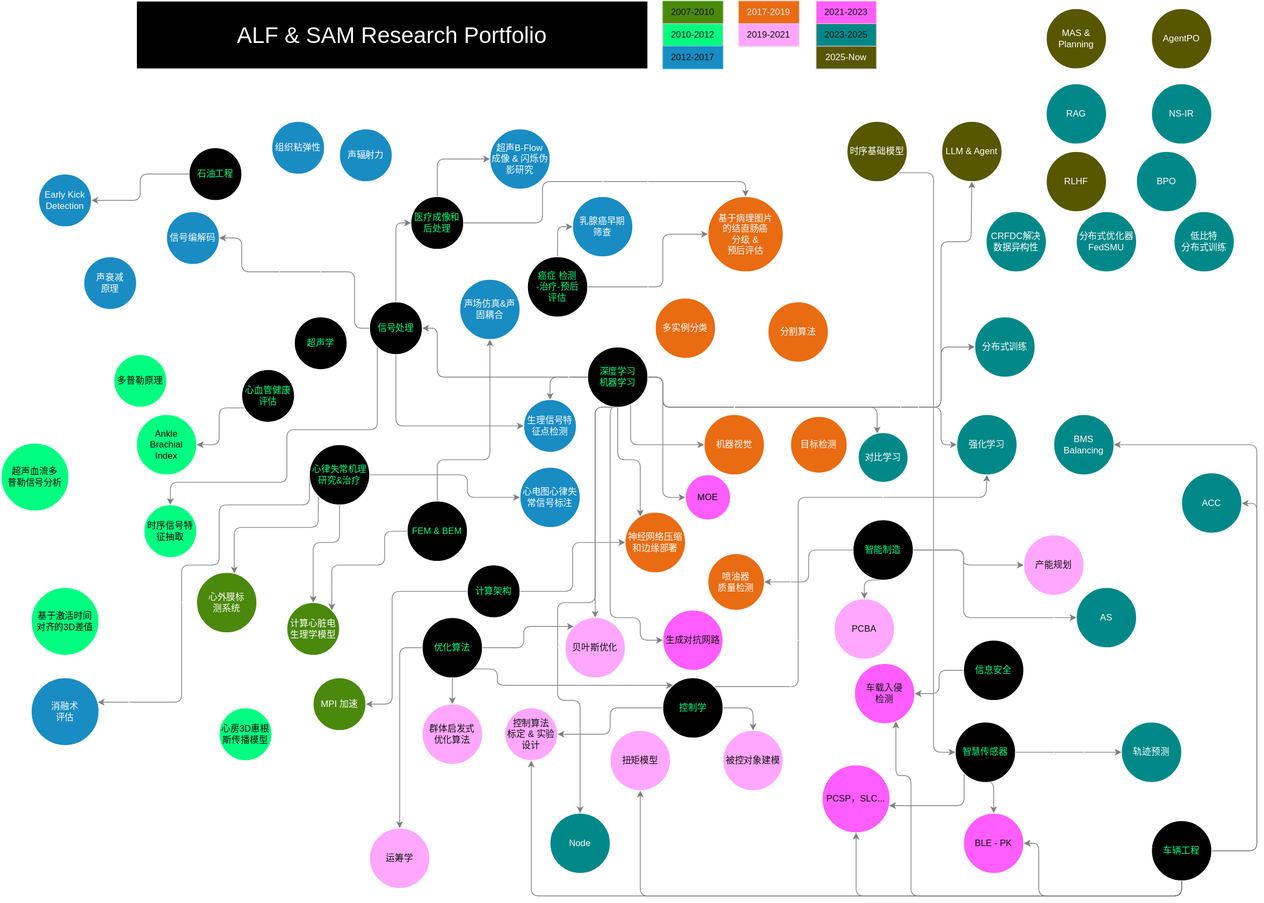
alfredlu/alfredlu.github.io keeps this draw.io diagram as doc/study.drawio.svg. Above is the earlier version. Source tidied: cells renumbered, new cells last; positions are measured from the earlier drawing's top-left corner, leaving out a move shared by most shapes.
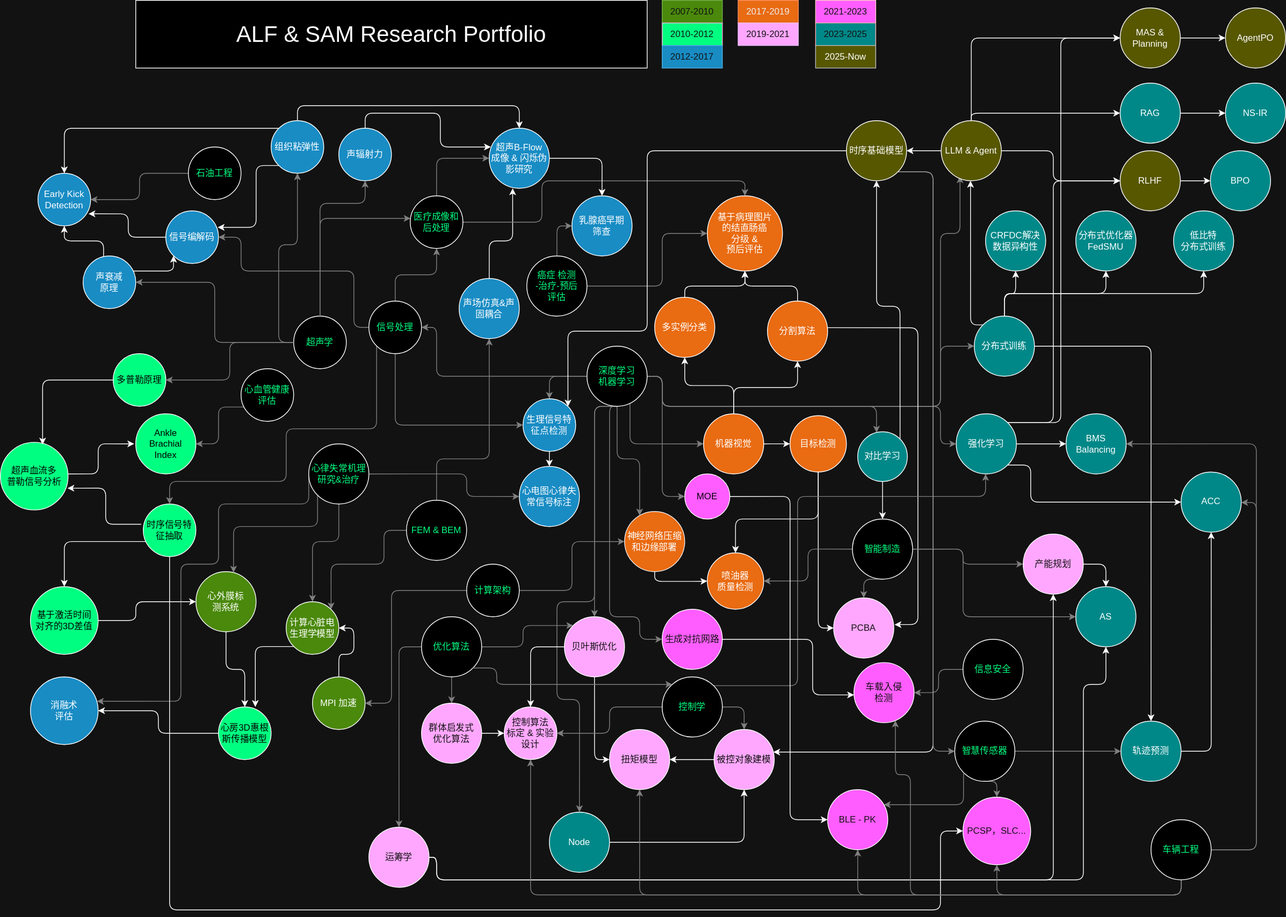
The same diagram one commit later.

The edit, as a diff of the source:
```diff
@@ -95,7 +95,7 @@
         </Array>
       </mxGeometry>
     </mxCell>
-    <mxCell id="18" style="jettySize=auto;html=1;exitX=0.5;exitY=0;exitDx=0;exitDy=0;entryX=0;entryY=0.5;entryDx=0;entryDy=0;edgeStyle=orthogonalEdgeStyle;strokeColor=light-dark(#000000,#808080);" parent="1" edge="1" source="21" target="63">
+    <mxCell id="18" style="jettySize=auto;html=1;exitX=0.5;exitY=0;exitDx=0;exitDy=0;edgeStyle=orthogonalEdgeStyle;strokeColor=light-dark(#000000,#808080);" parent="1" edge="1" source="21" target="63">
       <mxGeometry relative="1" as="geometry" />
     </mxCell>
     <mxCell id="19" style="edgeStyle=orthogonalEdgeStyle;jettySize=auto;html=1;exitX=1;exitY=0.5;exitDx=0;exitDy=0;entryX=0;entryY=0.5;entryDx=0;entryDy=0;startArrow=classic;startFill=1;endArrow=none;endFill=0;strokeColor=light-dark(#000000,#808080);" parent="1" edge="1" source="21" target="84">
@@ -115,8 +115,9 @@
     <mxCell id="22" style="edgeStyle=orthogonalEdgeStyle;jettySize=auto;html=1;exitX=0.5;exitY=1;exitDx=0;exitDy=0;entryX=0;entryY=0.5;entryDx=0;entryDy=0;" parent="1" edge="1" source="23" target="135">
       <mxGeometry relative="1" as="geometry">
         <Array as="points">
-          <mxPoint x="170" y="740" />
-          <mxPoint x="170" y="1060" />
+          <mxPoint x="225" y="1210" />
+          <mxPoint x="1250" y="1210" />
+          <mxPoint x="1250" y="1105" />
         </Array>
       </mxGeometry>
     </mxCell>
@@ -188,12 +189,19 @@
     <mxCell id="38" value="&lt;div&gt;消融术&lt;div&gt;评估&lt;/div&gt;&lt;/div&gt;" style="ellipse;whiteSpace=wrap;html=1;fillColor=#1ba1e2;strokeColor=light-dark(#006EAF,#FFFFFF);fontColor=light-dark(#FFFFFF,#FFFFFF);" parent="1" vertex="1">
       <mxGeometry x="40" y="900" width="90" height="90" as="geometry" />
     </mxCell>
-    <mxCell id="39" style="jettySize=auto;html=1;exitX=0;exitY=0.5;exitDx=0;exitDy=0;entryX=1;entryY=0.5;entryDx=0;entryDy=0;edgeStyle=orthogonalEdgeStyle;" parent="1" edge="1" source="41" target="47">
+    <mxCell id="39" style="jettySize=auto;html=1;exitX=0;exitY=0.5;exitDx=0;exitDy=0;entryX=1;entryY=0.5;entryDx=0;entryDy=0;edgeStyle=orthogonalEdgeStyle;strokeColor=light-dark(#000000,#808080);" parent="1" edge="1" source="41" target="47">
       <mxGeometry relative="1" as="geometry" />
     </mxCell>
-    <mxCell id="40" style="jettySize=auto;html=1;exitX=0;exitY=0.5;exitDx=0;exitDy=0;entryX=0.5;entryY=1;entryDx=0;entryDy=0;edgeStyle=orthogonalEdgeStyle;" parent="1" edge="1" source="41" target="58">
+    <mxCell id="40" style="jettySize=auto;html=1;exitX=0;exitY=0.5;exitDx=0;exitDy=0;entryX=0.5;entryY=1;entryDx=0;entryDy=0;edgeStyle=orthogonalEdgeStyle;strokeColor=light-dark(#000000,#808080);" parent="1" edge="1" source="41" target="58">
       <mxGeometry relative="1" as="geometry" />
     </mxCell>
+    <mxCell id="200" style="edgeStyle=orthogonalEdgeStyle;rounded=1;jettySize=auto;html=1;exitX=0.5;exitY=0;exitDx=0;exitDy=0;curved=0;strokeColor=light-dark(#000000,#808080);" parent="1" edge="1" source="41" target="63">
+      <mxGeometry relative="1" as="geometry">
+        <Array as="points">
+          <mxPoint x="425" y="290" />
+        </Array>
+      </mxGeometry>
+    </mxCell>
     <mxCell id="41" value="&lt;font style=&quot;&quot;&gt;超声学&lt;/font&gt;" style="ellipse;whiteSpace=wrap;html=1;fontColor=light-dark(#000000,#00FF80);fillColor=light-dark(#FFFFFF,#000000);" parent="1" vertex="1">
       <mxGeometry x="390" y="420" width="70" height="70" as="geometry" />
     </mxCell>
@@ -203,7 +211,7 @@
     <mxCell id="43" value="多普勒原理" style="ellipse;whiteSpace=wrap;html=1;fillColor=light-dark(#D80073,#00FF80);strokeColor=light-dark(#FFFFFF,#FFFFFF);fontColor=light-dark(#000000,#000000);glass=0;" parent="1" vertex="1">
       <mxGeometry x="150" y="470" width="70" height="70" as="geometry" />
     </mxCell>
-    <mxCell id="44" style="jettySize=auto;html=1;exitX=0;exitY=0.5;exitDx=0;exitDy=0;entryX=1;entryY=0.5;entryDx=0;entryDy=0;edgeStyle=orthogonalEdgeStyle;" parent="1" edge="1" source="41" target="43">
+    <mxCell id="44" style="jettySize=auto;html=1;exitX=0;exitY=0.5;exitDx=0;exitDy=0;entryX=1;entryY=0.5;entryDx=0;entryDy=0;edgeStyle=orthogonalEdgeStyle;strokeColor=light-dark(#000000,#808080);" parent="1" edge="1" source="41" target="43">
       <mxGeometry relative="1" as="geometry" />
     </mxCell>
     <mxCell id="45" style="jettySize=auto;html=1;exitX=0.389;exitY=0.057;exitDx=0;exitDy=0;exitPerimeter=0;edgeStyle=orthogonalEdgeStyle;" parent="1" edge="1" source="47" target="51">
@@ -320,8 +328,13 @@
     <mxCell id="70" value="声辐射力" style="ellipse;whiteSpace=wrap;html=1;fillColor=#1ba1e2;strokeColor=light-dark(#006EAF,#FFFFFF);fontColor=light-dark(#FFFFFF,#FFFFFF);" parent="1" vertex="1">
       <mxGeometry x="450" y="170" width="70" height="70" as="geometry" />
     </mxCell>
-    <mxCell id="71" style="edgeStyle=orthogonalEdgeStyle;jettySize=auto;html=1;exitX=0.5;exitY=0;exitDx=0;exitDy=0;entryX=0.403;entryY=1.014;entryDx=0;entryDy=0;entryPerimeter=0;" parent="1" edge="1" source="41" target="70">
-      <mxGeometry relative="1" as="geometry" />
+    <mxCell id="71" style="edgeStyle=orthogonalEdgeStyle;jettySize=auto;html=1;exitX=0.5;exitY=0;exitDx=0;exitDy=0;strokeColor=light-dark(#000000,#808080);entryX=0.5;entryY=1;entryDx=0;entryDy=0;" parent="1" edge="1" source="41" target="70">
+      <mxGeometry relative="1" as="geometry">
+        <Array as="points">
+          <mxPoint x="425" y="270" />
+          <mxPoint x="485" y="270" />
+        </Array>
+      </mxGeometry>
     </mxCell>
     <mxCell id="72" style="edgeStyle=orthogonalEdgeStyle;jettySize=auto;html=1;exitX=0.5;exitY=0;exitDx=0;exitDy=0;entryX=0.027;entryY=0.313;entryDx=0;entryDy=0;entryPerimeter=0;" parent="1" edge="1" source="70" target="65">
       <mxGeometry relative="1" as="geometry" />
@@ -409,15 +422,14 @@
         </Array>
       </mxGeometry>
     </mxCell>
-    <mxCell id="83" style="edgeStyle=orthogonalEdgeStyle;jettySize=auto;html=1;exitX=1;exitY=0.5;exitDx=0;exitDy=0;entryX=0.5;entryY=1;entryDx=0;entryDy=0;strokeColor=light-dark(#000000,#808080);" parent="1" edge="1" source="84" target="174">
+    <mxCell id="83" style="edgeStyle=orthogonalEdgeStyle;jettySize=auto;html=1;exitX=1;exitY=0.5;exitDx=0;exitDy=0;entryX=0.313;entryY=0.925;entryDx=0;entryDy=0;strokeColor=light-dark(#000000,#808080);entryPerimeter=0;" parent="1" edge="1" source="84" target="174">
       <mxGeometry relative="1" as="geometry">
         <Array as="points">
           <mxPoint x="880" y="500" />
           <mxPoint x="880" y="540" />
           <mxPoint x="1250" y="540" />
-          <mxPoint x="1250" y="320" />
-          <mxPoint x="1290" y="320" />
-          <mxPoint x="1290" y="240" />
+          <mxPoint x="1250" y="310" />
+          <mxPoint x="1276" y="310" />
         </Array>
       </mxGeometry>
     </mxCell>
@@ -547,7 +559,7 @@
       <mxGeometry relative="1" as="geometry" />
     </mxCell>
     <mxCell id="115" value="被控对象建模" style="ellipse;whiteSpace=wrap;html=1;fillColor=#6A00FF;fontColor=#FFFFFF;strokeColor=light-dark(#FFFFFF,#FFFFFF);" parent="1" vertex="1">
-      <mxGeometry x="960" y="970" width="80" height="80" as="geometry" />
+      <mxGeometry x="949" y="970" width="80" height="80" as="geometry" />
     </mxCell>
     <mxCell id="116" style="edgeStyle=orthogonalEdgeStyle;jettySize=auto;html=1;exitX=1;exitY=0.5;exitDx=0;exitDy=0;entryX=0.5;entryY=0;entryDx=0;entryDy=0;strokeColor=light-dark(#000000,#808080);" parent="1" edge="1" source="119" target="115">
       <mxGeometry relative="1" as="geometry" />
@@ -618,19 +630,12 @@
       </mxGeometry>
     </mxCell>
     <mxCell id="135" value="&lt;a href=&quot;https://www.researchgate.net/publication/365687837_PCSPdianhuoceebaozhenjiancefangfayuzhuangzhi&quot;&gt;PCSP&lt;/a&gt;，&lt;a href=&quot;https://www.researchgate.net/publication/369692908_dianjiquanshutongjifangfa&quot;&gt;SLC&lt;/a&gt;..." style="ellipse;whiteSpace=wrap;html=1;fillColor=#FF33FF;strokeColor=light-dark(#FFFFFF,#FFFFFF);fontColor=#FFFFFF;" parent="1" vertex="1">
-      <mxGeometry x="1092" y="1016" width="90" height="90" as="geometry" />
+      <mxGeometry x="1280" y="1060" width="90" height="90" as="geometry" />
     </mxCell>
-    <mxCell id="136" style="edgeStyle=orthogonalEdgeStyle;jettySize=auto;html=1;exitX=0;exitY=1;exitDx=0;exitDy=0;strokeColor=light-dark(#000000,#808080);" parent="1" edge="1" source="139" target="135">
-      <mxGeometry relative="1" as="geometry">
-        <Array as="points">
-          <mxPoint x="1281" y="1070" />
-        </Array>
-      </mxGeometry>
-    </mxCell>
-    <mxCell id="137" style="edgeStyle=orthogonalEdgeStyle;jettySize=auto;html=1;exitX=0.5;exitY=1;exitDx=0;exitDy=0;entryX=0.5;entryY=0;entryDx=0;entryDy=0;strokeColor=light-dark(#000000,#808080);" parent="1" edge="1" source="139" target="140">
+    <mxCell id="137" style="edgeStyle=orthogonalEdgeStyle;jettySize=auto;html=1;exitX=0.5;exitY=1;exitDx=0;exitDy=0;entryX=0.5;entryY=0;entryDx=0;entryDy=0;strokeColor=light-dark(#000000,#808080);" parent="1" edge="1" source="139" target="135">
       <mxGeometry relative="1" as="geometry">
         <Array as="points">
-          <mxPoint x="1320" y="1039" />
+          <mxPoint x="1325" y="1039" />
         </Array>
       </mxGeometry>
     </mxCell>
@@ -640,16 +645,11 @@
     <mxCell id="139" value="&lt;font style=&quot;&quot;&gt;智慧传感器&lt;/font&gt;" style="ellipse;whiteSpace=wrap;html=1;fontColor=light-dark(#000000,#00FF80);fillColor=light-dark(#FFFFFF,#000000);" parent="1" vertex="1">
       <mxGeometry x="1269" y="959" width="80" height="80" as="geometry" />
     </mxCell>
-    <mxCell id="140" value="BLE - PK" style="ellipse;whiteSpace=wrap;html=1;fillColor=#FF33FF;strokeColor=light-dark(#FFFFFF,#FFFFFF);fontColor=#FFFFFF;" parent="1" vertex="1">
-      <mxGeometry x="1280" y="1080" width="80" height="80" as="geometry" />
-    </mxCell>
     <mxCell id="141" style="edgeStyle=orthogonalEdgeStyle;jettySize=auto;html=1;exitX=1;exitY=0.5;exitDx=0;exitDy=0;entryX=0;entryY=0.5;entryDx=0;entryDy=0;" parent="1" edge="1" source="142" target="140">
       <mxGeometry relative="1" as="geometry">
         <Array as="points">
           <mxPoint x="1050" y="660" />
-          <mxPoint x="1050" y="1140" />
-          <mxPoint x="1240" y="1140" />
-          <mxPoint x="1240" y="1120" />
+          <mxPoint x="1050" y="1090" />
         </Array>
       </mxGeometry>
     </mxCell>
@@ -695,6 +695,14 @@
     <mxCell id="151" style="edgeStyle=orthogonalEdgeStyle;jettySize=auto;html=1;exitX=0.5;exitY=0;exitDx=0;exitDy=0;entryX=0.5;entryY=1;entryDx=0;entryDy=0;" parent="1" edge="1" source="152" target="168">
       <mxGeometry relative="1" as="geometry" />
     </mxCell>
+    <mxCell id="201" style="edgeStyle=orthogonalEdgeStyle;rounded=1;jettySize=auto;html=1;exitX=0;exitY=0;exitDx=0;exitDy=0;curved=0;" parent="1" edge="1" source="152">
+      <mxGeometry relative="1" as="geometry">
+        <mxPoint x="1290" y="240" as="targetPoint" />
+        <Array as="points">
+          <mxPoint x="1290" y="432" />
+        </Array>
+      </mxGeometry>
+    </mxCell>
     <mxCell id="152" value="分布式训练" style="ellipse;whiteSpace=wrap;html=1;fillColor=#00CCCC;strokeColor=light-dark(#FFFFFF,#FFFFFF);" parent="1" vertex="1">
       <mxGeometry x="1295" y="420" width="80" height="80" as="geometry" />
     </mxCell>
@@ -709,11 +717,27 @@
         </Array>
       </mxGeometry>
     </mxCell>
+    <mxCell id="202" style="edgeStyle=orthogonalEdgeStyle;rounded=1;jettySize=auto;html=1;exitX=1;exitY=0;exitDx=0;exitDy=0;curved=0;" parent="1" edge="1" source="155" target="179">
+      <mxGeometry relative="1" as="geometry">
+        <Array as="points">
+          <mxPoint x="1400" y="562" />
+          <mxPoint x="1400" y="240" />
+        </Array>
+      </mxGeometry>
+    </mxCell>
+    <mxCell id="203" style="edgeStyle=orthogonalEdgeStyle;rounded=1;jettySize=auto;html=1;exitX=1;exitY=0;exitDx=0;exitDy=0;entryX=0;entryY=0.5;entryDx=0;entryDy=0;curved=0;" parent="1" edge="1" source="155" target="182">
+      <mxGeometry relative="1" as="geometry">
+        <Array as="points">
+          <mxPoint x="1410" y="562" />
+          <mxPoint x="1410" y="50" />
+        </Array>
+      </mxGeometry>
+    </mxCell>
     <mxCell id="155" value="强化学习" style="ellipse;whiteSpace=wrap;html=1;fillColor=#00CCCC;strokeColor=light-dark(#FFFFFF,#FFFFFF);" parent="1" vertex="1">
       <mxGeometry x="1271" y="550" width="80" height="80" as="geometry" />
     </mxCell>
     <mxCell id="156" value="BMS&lt;div&gt;Balancing&lt;/div&gt;" style="ellipse;whiteSpace=wrap;html=1;fillColor=#00CCCC;strokeColor=light-dark(#FFFFFF,#FFFFFF);" parent="1" vertex="1">
-      <mxGeometry x="1400" y="550" width="80" height="80" as="geometry" />
+      <mxGeometry x="1417" y="550" width="80" height="80" as="geometry" />
     </mxCell>
     <mxCell id="157" value="2023-2025" style="rounded=0;whiteSpace=wrap;html=1;fillColor=#00CCCC;strokeColor=#B20000;fontColor=#ffffff;" parent="1" vertex="1">
       <mxGeometry x="1084" y="30" width="80" height="30" as="geometry" />
@@ -755,15 +779,24 @@
       <mxGeometry x="1084" y="60" width="80" height="30" as="geometry" />
     </mxCell>
     <mxCell id="170" style="edgeStyle=orthogonalEdgeStyle;jettySize=auto;html=1;exitX=0.5;exitY=0;exitDx=0;exitDy=0;entryX=0;entryY=0.5;entryDx=0;entryDy=0;" parent="1" edge="1" source="174" target="176">
-      <mxGeometry relative="1" as="geometry" />
+      <mxGeometry relative="1" as="geometry">
+        <Array as="points">
+          <mxPoint x="1291" y="150" />
+        </Array>
+      </mxGeometry>
     </mxCell>
     <mxCell id="171" style="edgeStyle=orthogonalEdgeStyle;jettySize=auto;html=1;exitX=1;exitY=0.5;exitDx=0;exitDy=0;entryX=0;entryY=0.5;entryDx=0;entryDy=0;" parent="1" edge="1" source="174" target="179">
-      <mxGeometry relative="1" as="geometry" />
+      <mxGeometry relative="1" as="geometry">
+        <Array as="points">
+          <mxPoint x="1400" y="200" />
+          <mxPoint x="1400" y="240" />
+        </Array>
+      </mxGeometry>
     </mxCell>
     <mxCell id="172" style="edgeStyle=orthogonalEdgeStyle;jettySize=auto;html=1;exitX=0.5;exitY=0;exitDx=0;exitDy=0;entryX=0;entryY=0.5;entryDx=0;entryDy=0;" parent="1" edge="1" source="174" target="182">
       <mxGeometry relative="1" as="geometry" />
     </mxCell>
-    <mxCell id="173" style="edgeStyle=orthogonalEdgeStyle;jettySize=auto;html=1;exitX=0;exitY=0.5;exitDx=0;exitDy=0;entryX=1;entryY=0.5;entryDx=0;entryDy=0;startArrow=classic;startFill=1;endArrow=none;endFill=0;" parent="1" edge="1" source="174" target="188">
+    <mxCell id="173" style="edgeStyle=orthogonalEdgeStyle;jettySize=auto;html=1;exitX=0;exitY=0.5;exitDx=0;exitDy=0;entryX=1;entryY=0.5;entryDx=0;entryDy=0;startArrow=none;startFill=0;endArrow=classic;endFill=1;" parent="1" edge="1" source="174" target="188">
       <mxGeometry relative="1" as="geometry" />
     </mxCell>
     <mxCell id="174" value="LLM &amp;amp; Agent" style="ellipse;whiteSpace=wrap;html=1;fillColor=#CCCC00;strokeColor=light-dark(#FFFFFF,#FFFFFF);" parent="1" vertex="1">
@@ -773,28 +806,28 @@
       <mxGeometry relative="1" as="geometry" />
     </mxCell>
     <mxCell id="176" value="RAG" style="ellipse;whiteSpace=wrap;html=1;fillColor=#00CCCC;strokeColor=light-dark(#FFFFFF,#FFFFFF);" parent="1" vertex="1">
-      <mxGeometry x="1390" y="110" width="80" height="80" as="geometry" />
+      <mxGeometry x="1489" y="110" width="80" height="80" as="geometry" />
     </mxCell>
     <mxCell id="177" value="NS-IR" style="ellipse;whiteSpace=wrap;html=1;fillColor=#00CCCC;strokeColor=light-dark(#FFFFFF,#FFFFFF);" parent="1" vertex="1">
-      <mxGeometry x="1530" y="110" width="80" height="80" as="geometry" />
+      <mxGeometry x="1629" y="110" width="80" height="80" as="geometry" />
     </mxCell>
     <mxCell id="178" style="edgeStyle=orthogonalEdgeStyle;jettySize=auto;html=1;exitX=1;exitY=0.5;exitDx=0;exitDy=0;entryX=0;entryY=0.5;entryDx=0;entryDy=0;" parent="1" edge="1" source="179" target="180">
       <mxGeometry relative="1" as="geometry" />
     </mxCell>
     <mxCell id="179" value="RLHF" style="ellipse;whiteSpace=wrap;html=1;fillColor=#CCCC00;strokeColor=light-dark(#FFFFFF,#FFFFFF);" parent="1" vertex="1">
-      <mxGeometry x="1390" y="200" width="80" height="80" as="geometry" />
+      <mxGeometry x="1489" y="200" width="80" height="80" as="geometry" />
     </mxCell>
     <mxCell id="180" value="BPO" style="ellipse;whiteSpace=wrap;html=1;fillColor=#00CCCC;strokeColor=light-dark(#FFFFFF,#FFFFFF);" parent="1" vertex="1">
-      <mxGeometry x="1510" y="200" width="80" height="80" as="geometry" />
+      <mxGeometry x="1609" y="200" width="80" height="80" as="geometry" />
     </mxCell>
     <mxCell id="181" style="edgeStyle=orthogonalEdgeStyle;jettySize=auto;html=1;exitX=1;exitY=0.5;exitDx=0;exitDy=0;" parent="1" edge="1" source="182" target="183">
       <mxGeometry relative="1" as="geometry" />
     </mxCell>
     <mxCell id="182" value="MAS &amp;amp; Planning" style="ellipse;whiteSpace=wrap;html=1;fillColor=#CCCC00;strokeColor=light-dark(#FFFFFF,#FFFFFF);" parent="1" vertex="1">
-      <mxGeometry x="1390" y="10" width="80" height="80" as="geometry" />
+      <mxGeometry x="1489" y="10" width="80" height="80" as="geometry" />
     </mxCell>
     <mxCell id="183" value="AgentPO" style="ellipse;whiteSpace=wrap;html=1;fillColor=#CCCC00;strokeColor=light-dark(#FFFFFF,#FFFFFF);" parent="1" vertex="1">
-      <mxGeometry x="1530" y="10" width="80" height="80" as="geometry" />
+      <mxGeometry x="1629" y="10" width="80" height="80" as="geometry" />
     </mxCell>
     <mxCell id="184" value="AS" style="ellipse;whiteSpace=wrap;html=1;fillColor=#00CCCC;strokeColor=light-dark(#FFFFFF,#FFFFFF);" parent="1" vertex="1">
       <mxGeometry x="1430" y="780" width="80" height="80" as="geometry" />
@@ -843,12 +876,11 @@
         </Array>
       </mxGeometry>
     </mxCell>
-    <mxCell id="191" style="edgeStyle=orthogonalEdgeStyle;rounded=1;jettySize=auto;html=1;exitX=0.5;exitY=1;exitDx=0;exitDy=0;entryX=1;entryY=0.5;entryDx=0;entryDy=0;curved=0;strokeColor=light-dark(#000000,#808080);" parent="1" edge="1" source="195" target="140">
+    <mxCell id="191" style="edgeStyle=orthogonalEdgeStyle;rounded=1;jettySize=auto;html=1;exitX=0.5;exitY=1;exitDx=0;exitDy=0;entryX=0.5;entryY=1;entryDx=0;entryDy=0;curved=0;strokeColor=light-dark(#000000,#808080);" parent="1" edge="1" source="195" target="140">
       <mxGeometry relative="1" as="geometry">
         <Array as="points">
           <mxPoint x="1570" y="1190" />
-          <mxPoint x="1380" y="1190" />
-          <mxPoint x="1380" y="1120" />
+          <mxPoint x="1140" y="1190" />
         </Array>
       </mxGeometry>
     </mxCell>
@@ -893,5 +925,15 @@
     <mxCell id="199" value="&lt;font style=&quot;font-size: 30px;&quot;&gt;ALF &amp;amp; SAM Research Portfolio&lt;/font&gt;" style="rounded=0;whiteSpace=wrap;html=1;fillColor=light-dark(#FFFFFF,#000000);" parent="1" vertex="1">
       <mxGeometry x="180" width="680" height="90" as="geometry" />
     </mxCell>
+    <mxCell id="204" style="edgeStyle=orthogonalEdgeStyle;jettySize=auto;html=1;exitX=0;exitY=1;exitDx=0;exitDy=0;strokeColor=light-dark(#000000,#808080);" parent="1" edge="1" source="139" target="140">
+      <mxGeometry relative="1" as="geometry">
+        <Array as="points">
+          <mxPoint x="1281" y="1070" />
+        </Array>
+      </mxGeometry>
+    </mxCell>
+    <mxCell id="140" value="BLE - PK" style="ellipse;whiteSpace=wrap;html=1;fillColor=#FF33FF;strokeColor=light-dark(#FFFFFF,#FFFFFF);fontColor=#FFFFFF;" parent="1" vertex="1">
+      <mxGeometry x="1100" y="1050" width="80" height="80" as="geometry" />
+    </mxCell>
   </root>
 </mxGraphModel>
```
